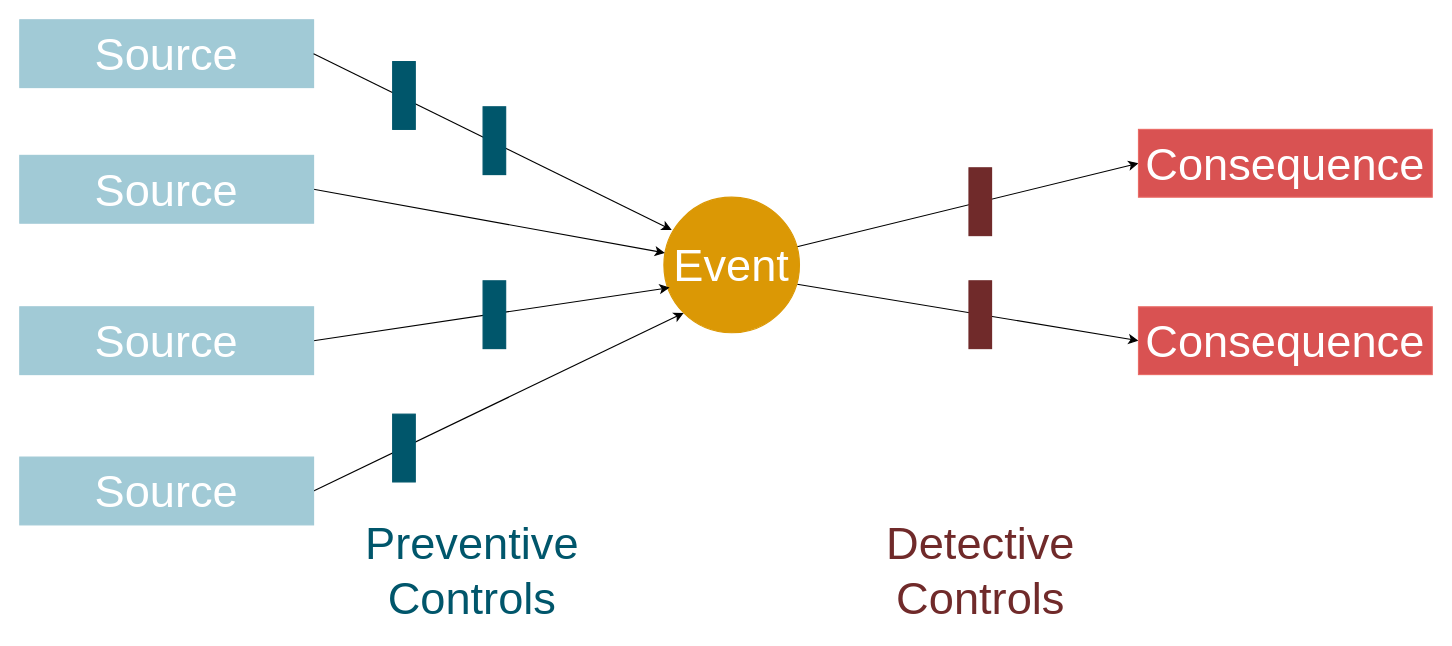
Haori/test-one keeps this draw.io diagram as Untitled Diagram.drawio. Above is the earlier version. Source tidied: cells renumbered, new cells numbered last; positions are measured from the earlier drawing's top-left corner, leaving out a move shared by most shapes. Both pictures are drawn from the tidied source at 113%, with x=0, y=0 at pixel (19, 19).
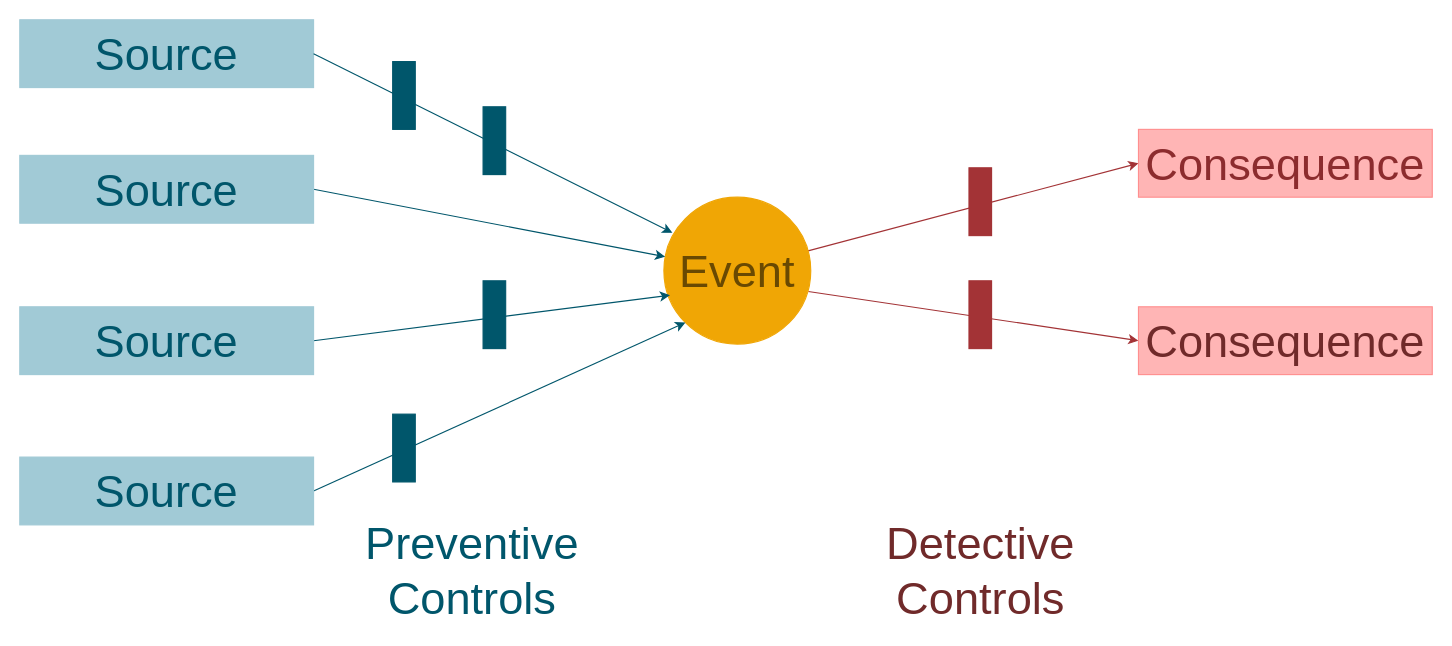
The same page after the edit.

Commit message:
Bow-Tie Dark.drawio

What changed in the source:
```diff
@@
-    <mxCell id="2" style="edgeStyle=none;jettySize=auto;html=1;exitX=0.975;exitY=0.367;exitDx=0;exitDy=0;entryX=0;entryY=0.5;entryDx=0;entryDy=0;startArrow=none;startFill=0;strokeColor=#000000;fontSize=40;fontColor=#FFFFFF;exitPerimeter=0;" parent="1" edge="1" source="4" target="8">
+    <mxCell id="2" style="edgeStyle=none;jettySize=auto;html=1;exitX=0.975;exitY=0.367;exitDx=0;exitDy=0;entryX=0;entryY=0.5;entryDx=0;entryDy=0;startArrow=none;startFill=0;fontSize=40;fontColor=#FFFFFF;exitPerimeter=0;strokeColor=#A33336;" parent="1" edge="1" source="4" target="8">
       <mxGeometry relative="1" as="geometry" />
     </mxCell>
-    <mxCell id="3" style="edgeStyle=none;jettySize=auto;html=1;exitX=0.983;exitY=0.642;exitDx=0;exitDy=0;entryX=0;entryY=0.5;entryDx=0;entryDy=0;startArrow=none;startFill=0;strokeColor=#000000;fontSize=40;fontColor=#FFFFFF;exitPerimeter=0;" parent="1" edge="1" source="4" target="18">
+    <mxCell id="3" style="edgeStyle=none;jettySize=auto;html=1;exitX=0.983;exitY=0.642;exitDx=0;exitDy=0;entryX=0;entryY=0.5;entryDx=0;entryDy=0;startArrow=none;startFill=0;fontSize=40;fontColor=#FFFFFF;exitPerimeter=0;strokeColor=#A33336;" parent="1" edge="1" source="4" target="18">
       <mxGeometry relative="1" as="geometry" />
     </mxCell>
-    <mxCell id="4" value="Event" style="ellipse;whiteSpace=wrap;html=1;fontSize=40;fontColor=#FFFFFF;fillColor=#DB9805;strokeColor=#DB9805;" parent="1" vertex="1">
-      <mxGeometry x="570" y="157" width="120" height="120" as="geometry" />
+    <mxCell id="4" value="Event" style="ellipse;whiteSpace=wrap;html=1;fontSize=40;fontColor=#694902;fillColor=#F0A605;strokeColor=#F0A605;" parent="1" vertex="1">
+      <mxGeometry x="570" y="157" width="130" height="130" as="geometry" />
     </mxCell>
-    <mxCell id="5" value="&lt;font color=&quot;#ffffff&quot;&gt;Source&lt;/font&gt;" style="rounded=0;whiteSpace=wrap;html=1;fontSize=40;fillColor=#A1CAD6;strokeColor=#A1CAD6;" parent="1" vertex="1">
+    <mxCell id="5" value="&lt;font color=&quot;#00566b&quot;&gt;Source&lt;/font&gt;" style="rounded=0;whiteSpace=wrap;html=1;fontSize=40;fillColor=#A1CAD6;strokeColor=#A1CAD6;" parent="1" vertex="1">
       <mxGeometry width="260" height="60" as="geometry" />
     </mxCell>
-    <mxCell id="6" style="jettySize=auto;html=1;exitX=1;exitY=0.5;exitDx=0;exitDy=0;startArrow=none;startFill=0;strokeColor=#000000;fontSize=40;" parent="1" edge="1" target="4">
+    <mxCell id="6" style="jettySize=auto;html=1;exitX=1;exitY=0.5;exitDx=0;exitDy=0;startArrow=none;startFill=0;fontSize=40;strokeColor=#00566B;" parent="1" edge="1" target="4">
       <mxGeometry relative="1" as="geometry">
         <mxPoint x="260" y="150" as="sourcePoint" />
       </mxGeometry>
     </mxCell>
-    <mxCell id="7" style="rounded=0;jettySize=auto;html=1;exitX=1;exitY=0.5;exitDx=0;exitDy=0;entryX=0.042;entryY=0.667;entryDx=0;entryDy=0;entryPerimeter=0;fontSize=40;" parent="1" edge="1" target="4">
+    <mxCell id="7" style="rounded=0;jettySize=auto;html=1;exitX=1;exitY=0.5;exitDx=0;exitDy=0;entryX=0.042;entryY=0.667;entryDx=0;entryDy=0;entryPerimeter=0;fontSize=40;strokeColor=#00566B;" parent="1" edge="1" target="4">
       <mxGeometry relative="1" as="geometry">
         <mxPoint x="260" y="284" as="sourcePoint" />
       </mxGeometry>
     </mxCell>
-    <mxCell id="8" value="&lt;font color=&quot;#ffffff&quot;&gt;Consequence&lt;/font&gt;" style="rounded=0;whiteSpace=wrap;html=1;fontSize=40;strokeColor=#EA6B66;fillColor=#D95252;" parent="1" vertex="1">
+    <mxCell id="8" value="&lt;font color=&quot;#8c2c2e&quot;&gt;Consequence&lt;/font&gt;" style="rounded=0;whiteSpace=wrap;html=1;fontSize=40;strokeColor=#FF8F8F;fillColor=#FFB5B5;" parent="1" vertex="1">
       <mxGeometry x="990" y="97" width="260" height="60" as="geometry" />
     </mxCell>
@@
-    <mxCell id="10" style="jettySize=auto;html=1;exitX=1;exitY=0.5;exitDx=0;exitDy=0;entryX=0.058;entryY=0.242;entryDx=0;entryDy=0;entryPerimeter=0;fontSize=40;startArrow=none;startFill=0;" parent="1" edge="1" source="5" target="4">
+    <mxCell id="10" style="jettySize=auto;html=1;exitX=1;exitY=0.5;exitDx=0;exitDy=0;entryX=0.058;entryY=0.242;entryDx=0;entryDy=0;entryPerimeter=0;fontSize=40;startArrow=none;startFill=0;strokeColor=#00566B;" parent="1" edge="1" source="5" target="4">
       <mxGeometry relative="1" as="geometry" />
     </mxCell>
-    <mxCell id="11" style="rounded=0;jettySize=auto;html=1;exitX=1;exitY=0.5;exitDx=0;exitDy=0;entryX=0;entryY=1;entryDx=0;entryDy=0;fontSize=40;" parent="1" edge="1" target="4">
+    <mxCell id="11" style="rounded=0;jettySize=auto;html=1;exitX=1;exitY=0.5;exitDx=0;exitDy=0;entryX=0;entryY=1;entryDx=0;entryDy=0;fontSize=40;strokeColor=#00566B;" parent="1" edge="1" target="4">
       <mxGeometry relative="1" as="geometry">
         <mxPoint x="260" y="417" as="sourcePoint" />
       </mxGeometry>
     </mxCell>
@@
-    <mxCell id="15" value="&lt;font color=&quot;#ffffff&quot;&gt;Source&lt;/font&gt;" style="rounded=0;whiteSpace=wrap;html=1;fontSize=40;fillColor=#A1CAD6;strokeColor=#A1CAD6;" parent="1" vertex="1">
+    <mxCell id="15" value="&lt;font color=&quot;#00566b&quot;&gt;Source&lt;/font&gt;" style="rounded=0;whiteSpace=wrap;html=1;fontSize=40;fillColor=#A1CAD6;strokeColor=#A1CAD6;" parent="1" vertex="1">
       <mxGeometry y="120" width="260" height="60" as="geometry" />
     </mxCell>
-    <mxCell id="16" value="&lt;font color=&quot;#ffffff&quot;&gt;Source&lt;/font&gt;" style="rounded=0;whiteSpace=wrap;html=1;fontSize=40;fillColor=#A1CAD6;strokeColor=#A1CAD6;" parent="1" vertex="1">
+    <mxCell id="16" value="&lt;font color=&quot;#00566b&quot;&gt;Source&lt;/font&gt;" style="rounded=0;whiteSpace=wrap;html=1;fontSize=40;fillColor=#A1CAD6;strokeColor=#A1CAD6;" parent="1" vertex="1">
       <mxGeometry y="254" width="260" height="60" as="geometry" />
     </mxCell>
-    <mxCell id="17" value="&lt;font color=&quot;#ffffff&quot;&gt;Source&lt;/font&gt;" style="rounded=0;whiteSpace=wrap;html=1;fontSize=40;fillColor=#A1CAD6;strokeColor=#A1CAD6;" parent="1" vertex="1">
+    <mxCell id="17" value="&lt;font color=&quot;#00566b&quot;&gt;Source&lt;/font&gt;" style="rounded=0;whiteSpace=wrap;html=1;fontSize=40;fillColor=#A1CAD6;strokeColor=#A1CAD6;" parent="1" vertex="1">
       <mxGeometry y="387" width="260" height="60" as="geometry" />
     </mxCell>
-    <mxCell id="18" value="&lt;font color=&quot;#ffffff&quot;&gt;Consequence&lt;/font&gt;" style="rounded=0;whiteSpace=wrap;html=1;fontSize=40;strokeColor=#EA6B66;fillColor=#D95252;" parent="1" vertex="1">
+    <mxCell id="18" value="&lt;font color=&quot;#702a2a&quot;&gt;Consequence&lt;/font&gt;" style="rounded=0;whiteSpace=wrap;html=1;fontSize=40;strokeColor=#FF8F8F;fillColor=#FFB5B5;" parent="1" vertex="1">
       <mxGeometry x="990" y="254" width="260" height="60" as="geometry" />
     </mxCell>
@@
-    <mxCell id="20" style="rounded=0;whiteSpace=wrap;html=1;fontSize=40;fillColor=#702A2A;strokeColor=#702A2A;" parent="1" vertex="1">
+    <mxCell id="20" style="rounded=0;whiteSpace=wrap;html=1;fontSize=40;fillColor=#A33336;strokeColor=#A33336;" parent="1" vertex="1">
       <mxGeometry x="840" y="131" width="20" height="60" as="geometry" />
     </mxCell>
-    <mxCell id="21" style="rounded=0;whiteSpace=wrap;html=1;fontSize=40;fillColor=#702A2A;strokeColor=#702A2A;" parent="1" vertex="1">
+    <mxCell id="21" style="rounded=0;whiteSpace=wrap;html=1;fontSize=40;fillColor=#A33336;strokeColor=#A33336;" parent="1" vertex="1">
       <mxGeometry x="840" y="231" width="20" height="60" as="geometry" />
     </mxCell>
```
